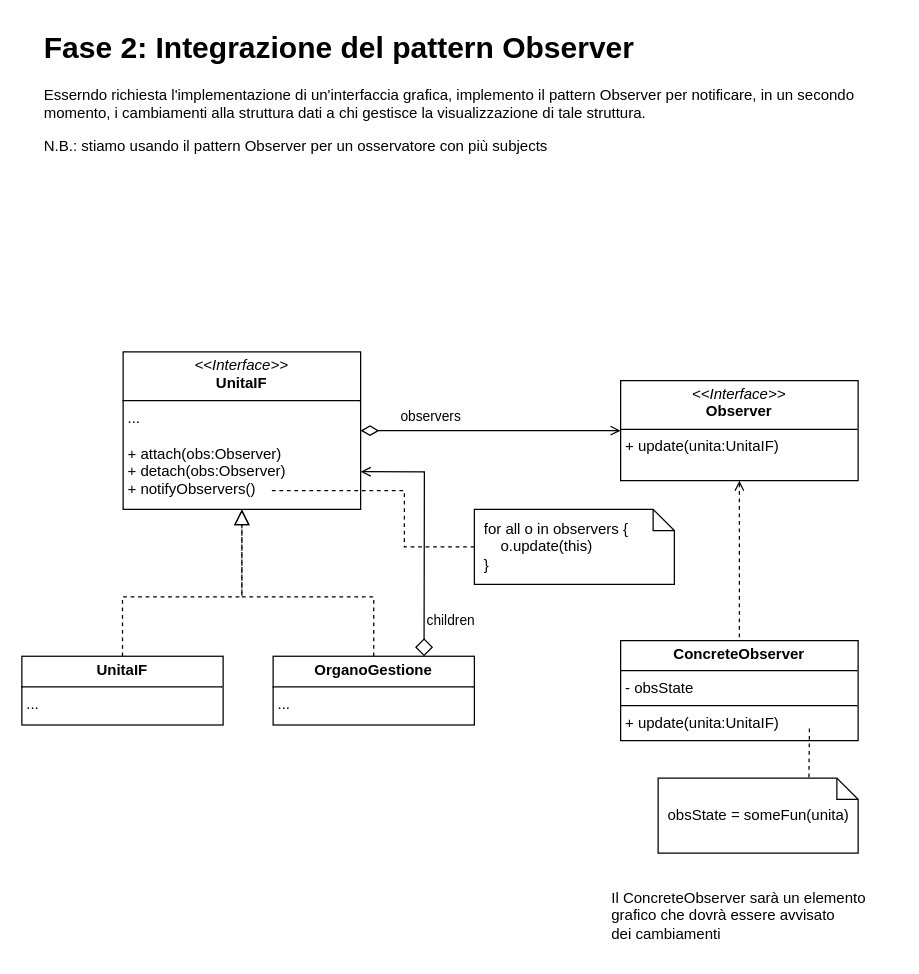
The draw.io diagram page "Fase 2 - Pattern Observer" (2 of 8) of organigramma-aziendale.drawio in riccardo-florio/organigramma_aziendale, before the edit. Source tidied: cells renumbered, new cells numbered last; positions are measured from the earlier drawing's top-left corner, leaving out a move shared by most shapes. Both pictures are drawn from the tidied source at 125%, with x=0, y=0 at pixel (21, 21).
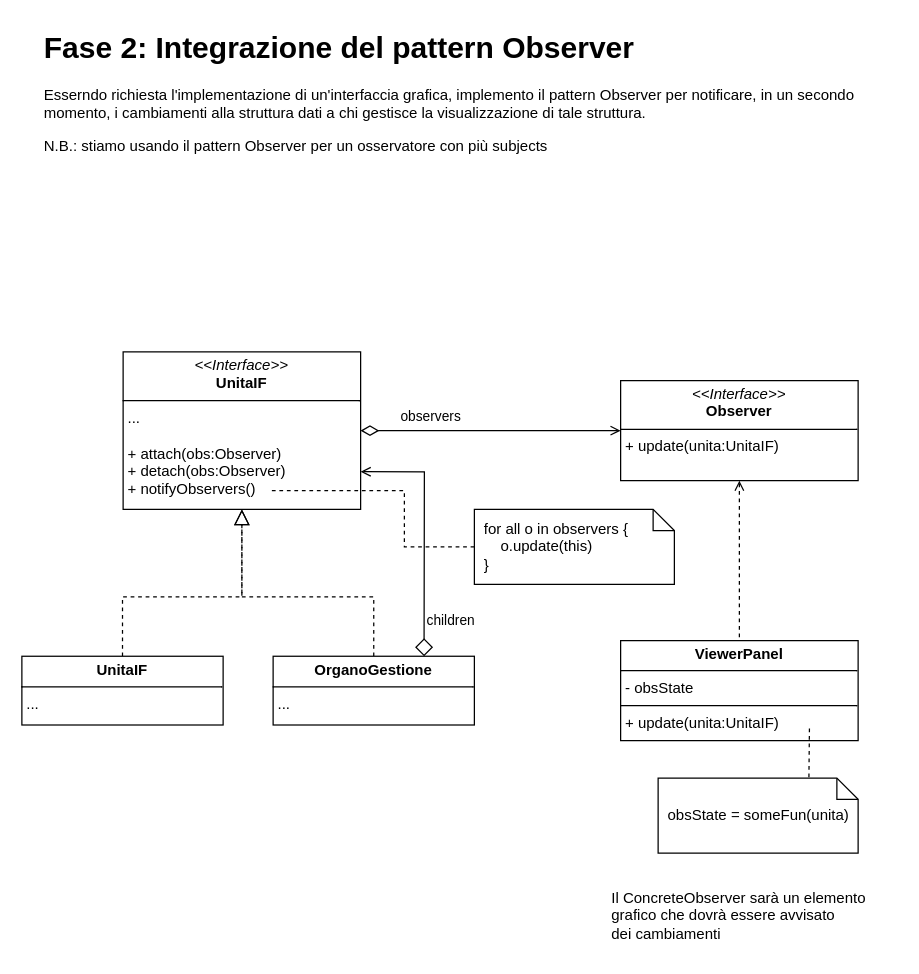
The same diagram, later.

Change to the diagram source:
```diff
@@
-    <mxCell id="10" value="&lt;p style=&quot;margin:0px;margin-top:4px;text-align:center;&quot;&gt;&lt;b&gt;ConcreteObserver&lt;/b&gt;&lt;/p&gt;&lt;hr size=&quot;1&quot; style=&quot;border-style:solid;&quot;&gt;&lt;p style=&quot;margin:0px;margin-left:4px;&quot;&gt;- obsState&lt;/p&gt;&lt;hr size=&quot;1&quot; style=&quot;border-style:solid;&quot;&gt;&lt;p style=&quot;margin:0px;margin-left:4px;&quot;&gt;&lt;span style=&quot;text-wrap: nowrap;&quot;&gt;+ update(unita:UnitaIF)&lt;/span&gt;&lt;br&gt;&lt;/p&gt;" style="verticalAlign=top;align=left;overflow=fill;html=1;whiteSpace=wrap;" parent="1" vertex="1">
+    <mxCell id="10" value="&lt;p style=&quot;margin:0px;margin-top:4px;text-align:center;&quot;&gt;&lt;b&gt;ViewerPanel&lt;/b&gt;&lt;/p&gt;&lt;hr size=&quot;1&quot; style=&quot;border-style:solid;&quot;&gt;&lt;p style=&quot;margin:0px;margin-left:4px;&quot;&gt;- obsState&lt;/p&gt;&lt;hr size=&quot;1&quot; style=&quot;border-style:solid;&quot;&gt;&lt;p style=&quot;margin:0px;margin-left:4px;&quot;&gt;&lt;span style=&quot;text-wrap: nowrap;&quot;&gt;+ update(unita:UnitaIF)&lt;/span&gt;&lt;br&gt;&lt;/p&gt;" style="verticalAlign=top;align=left;overflow=fill;html=1;whiteSpace=wrap;" parent="1" vertex="1">
       <mxGeometry x="479" y="495" width="190" height="80" as="geometry" />
     </mxCell>
```
